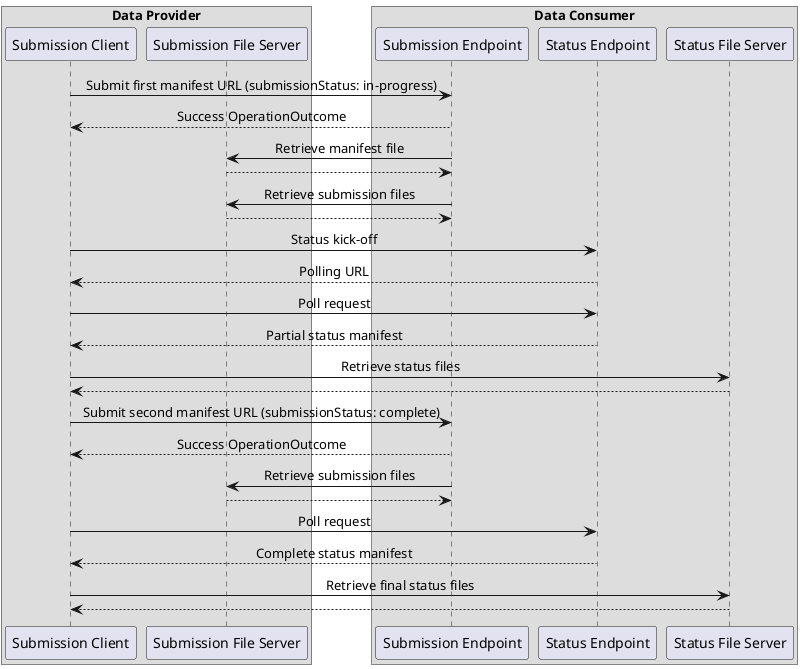
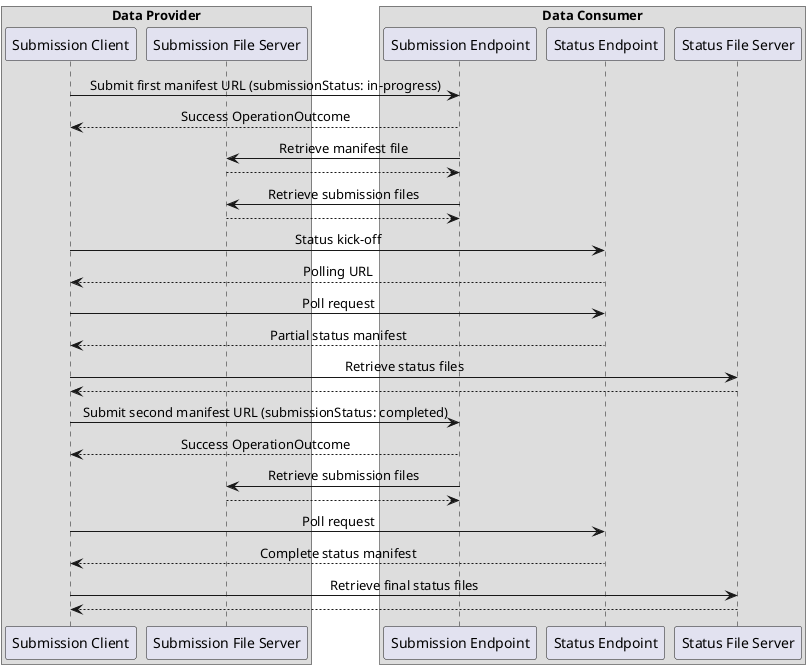
@startuml
skinparam sequenceMessageAlign center

box "Data Provider"
participant "Submission Client" as SubmitClient
participant "Submission File Server" as SubmitFiles
end box

box "Data Consumer"
participant "Submission Endpoint" as SubmitEndpoint
participant "Status Endpoint" as StatusEndpoint
participant "Status File Server" as StatusFiles
end box

SubmitClient -> SubmitEndpoint: Submit first manifest URL (submissionStatus: in-progress)
SubmitEndpoint --> SubmitClient: Success OperationOutcome

SubmitEndpoint -> SubmitFiles: Retrieve manifest file
SubmitFiles --> SubmitEndpoint
SubmitEndpoint -> SubmitFiles: Retrieve submission files
SubmitFiles --> SubmitEndpoint

SubmitClient -> StatusEndpoint: Status kick-off
StatusEndpoint --> SubmitClient: Polling URL

SubmitClient -> StatusEndpoint: Poll request
StatusEndpoint --> SubmitClient: Partial status manifest

SubmitClient -> StatusFiles: Retrieve status files
StatusFiles --> SubmitClient

- SubmitClient -> SubmitEndpoint: Submit second manifest URL (submissionStatus: complete)
+ SubmitClient -> SubmitEndpoint: Submit second manifest URL (submissionStatus: completed)
SubmitEndpoint --> SubmitClient: Success OperationOutcome

SubmitEndpoint -> SubmitFiles: Retrieve submission files
SubmitFiles --> SubmitEndpoint

SubmitClient -> StatusEndpoint: Poll request
StatusEndpoint --> SubmitClient: Complete status manifest

SubmitClient -> StatusFiles: Retrieve final status files
StatusFiles --> SubmitClient
@enduml
